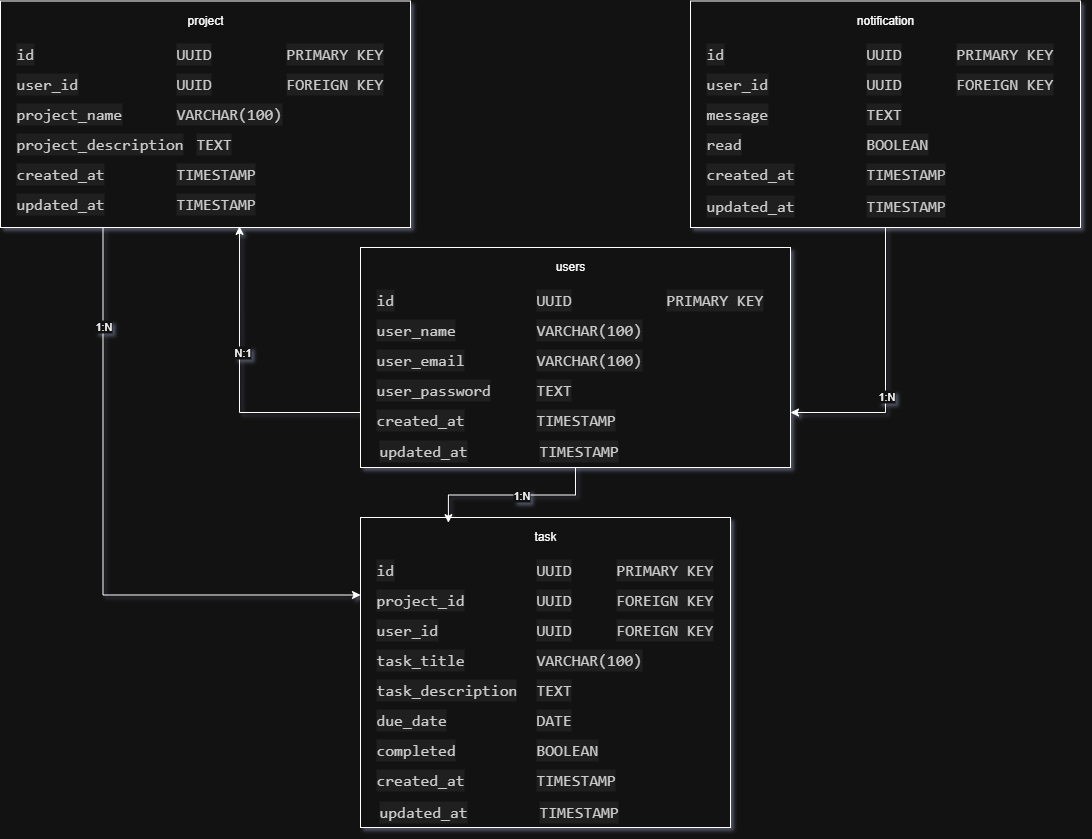
Before: schema-database/images/todoApp.png, a diagram exported from draw.io (EndToEndLabCR/todoapp-api-python). Source tidied: cells renumbered, new cells last; positions are measured from the earlier drawing's top-left corner, leaving out a move shared by most shapes.
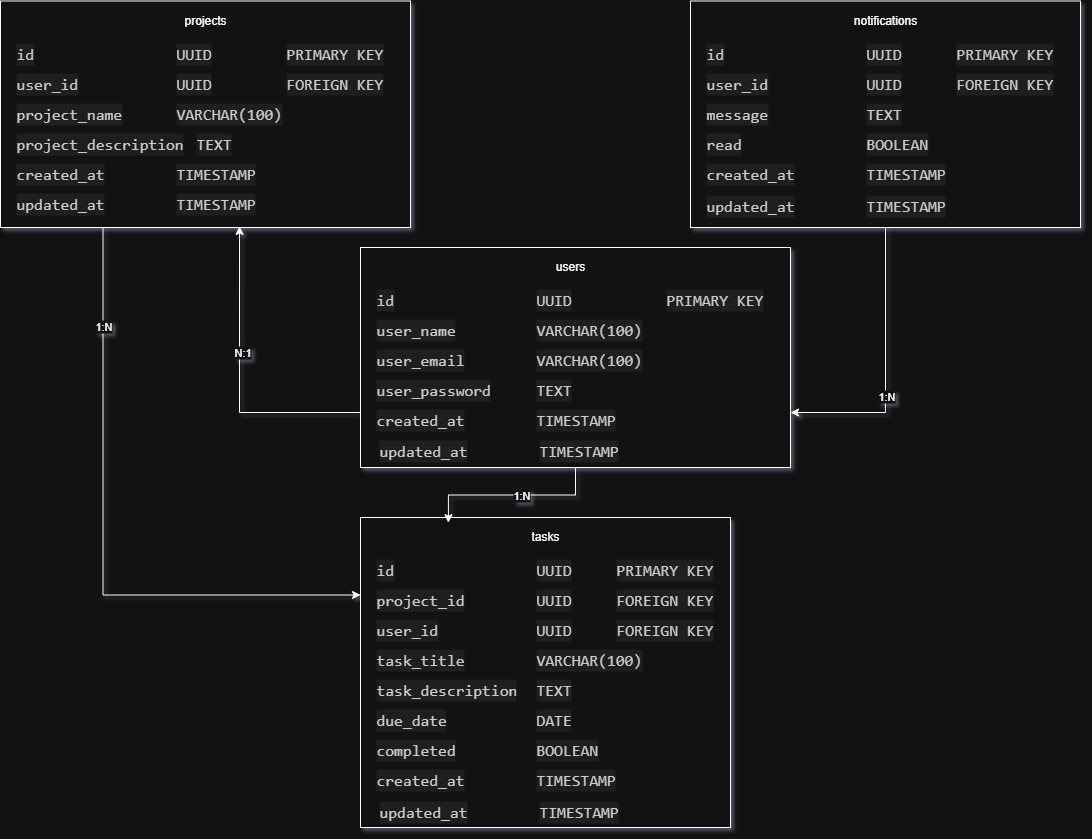
Above is the later version.

Change to the diagram source:
```diff
@@ -11,7 +11,7 @@
     <mxCell id="4" style="rounded=0;whiteSpace=wrap;html=1;labelBackgroundColor=default;labelBorderColor=default;textShadow=1;" parent="1" vertex="1">
       <mxGeometry x="360" y="516" width="370" height="310" as="geometry" />
     </mxCell>
-    <mxCell id="5" value="task" style="text;strokeColor=none;fillColor=none;spacingLeft=4;spacingRight=4;overflow=hidden;points=[[0,0.5],[1,0.5]];portConstraint=eastwest;fontSize=12;whiteSpace=wrap;html=1;align=center;" parent="1" vertex="1">
+    <mxCell id="5" value="tasks" style="text;strokeColor=none;fillColor=none;spacingLeft=4;spacingRight=4;overflow=hidden;points=[[0,0.5],[1,0.5]];portConstraint=eastwest;fontSize=12;whiteSpace=wrap;html=1;align=center;" parent="1" vertex="1">
       <mxGeometry x="450" y="521" width="190" height="30" as="geometry" />
     </mxCell>
     <mxCell id="6" value="&lt;div style=&quot;color: rgb(204, 204, 204); background-color: rgb(31, 31, 31); font-family: Consolas, &amp;quot;Courier New&amp;quot;, monospace; font-size: 16px; line-height: 22px; white-space: pre;&quot;&gt;id&lt;/div&gt;" style="text;strokeColor=none;fillColor=none;spacingLeft=4;spacingRight=4;overflow=hidden;fontSize=12;whiteSpace=wrap;html=1;" parent="1" vertex="1">
@@ -73,7 +73,7 @@
     <mxCell id="24" style="rounded=0;whiteSpace=wrap;html=1;labelBackgroundColor=default;labelBorderColor=default;textShadow=1;" parent="1" vertex="1">
       <mxGeometry y="-0.5" width="410" height="226.5" as="geometry" />
     </mxCell>
-    <mxCell id="25" value="project" style="text;strokeColor=none;fillColor=none;spacingLeft=4;spacingRight=4;overflow=hidden;fontSize=12;whiteSpace=wrap;html=1;align=center;" parent="1" vertex="1">
+    <mxCell id="25" value="projects" style="text;strokeColor=none;fillColor=none;spacingLeft=4;spacingRight=4;overflow=hidden;fontSize=12;whiteSpace=wrap;html=1;align=center;" parent="1" vertex="1">
       <mxGeometry x="110" y="4.5" width="190" height="30" as="geometry" />
     </mxCell>
     <mxCell id="26" value="&lt;div style=&quot;color: rgb(204, 204, 204); background-color: rgb(31, 31, 31); font-family: Consolas, &amp;quot;Courier New&amp;quot;, monospace; font-size: 16px; line-height: 22px; white-space: pre;&quot;&gt;id&lt;/div&gt;" style="text;strokeColor=none;fillColor=none;spacingLeft=4;spacingRight=4;overflow=hidden;fontSize=12;whiteSpace=wrap;html=1;" parent="1" vertex="1">
@@ -117,7 +117,7 @@
     <mxCell id="38" style="rounded=0;whiteSpace=wrap;html=1;labelBackgroundColor=default;labelBorderColor=default;textShadow=1;" parent="1" vertex="1">
       <mxGeometry x="690" y="-0.5" width="390" height="226.5" as="geometry" />
     </mxCell>
-    <mxCell id="39" value="notification" style="text;strokeColor=none;fillColor=none;spacingLeft=4;spacingRight=4;overflow=hidden;fontSize=12;whiteSpace=wrap;html=1;align=center;" parent="1" vertex="1">
+    <mxCell id="39" value="notifications" style="text;strokeColor=none;fillColor=none;spacingLeft=4;spacingRight=4;overflow=hidden;fontSize=12;whiteSpace=wrap;html=1;align=center;" parent="1" vertex="1">
       <mxGeometry x="790" y="4.5" width="190" height="30" as="geometry" />
     </mxCell>
     <mxCell id="40" value="&lt;div style=&quot;color: rgb(204, 204, 204); background-color: rgb(31, 31, 31); font-family: Consolas, &amp;quot;Courier New&amp;quot;, monospace; font-size: 16px; line-height: 22px; white-space: pre;&quot;&gt;id&lt;/div&gt;" style="text;strokeColor=none;fillColor=none;spacingLeft=4;spacingRight=4;overflow=hidden;fontSize=12;whiteSpace=wrap;html=1;" parent="1" vertex="1">
```
